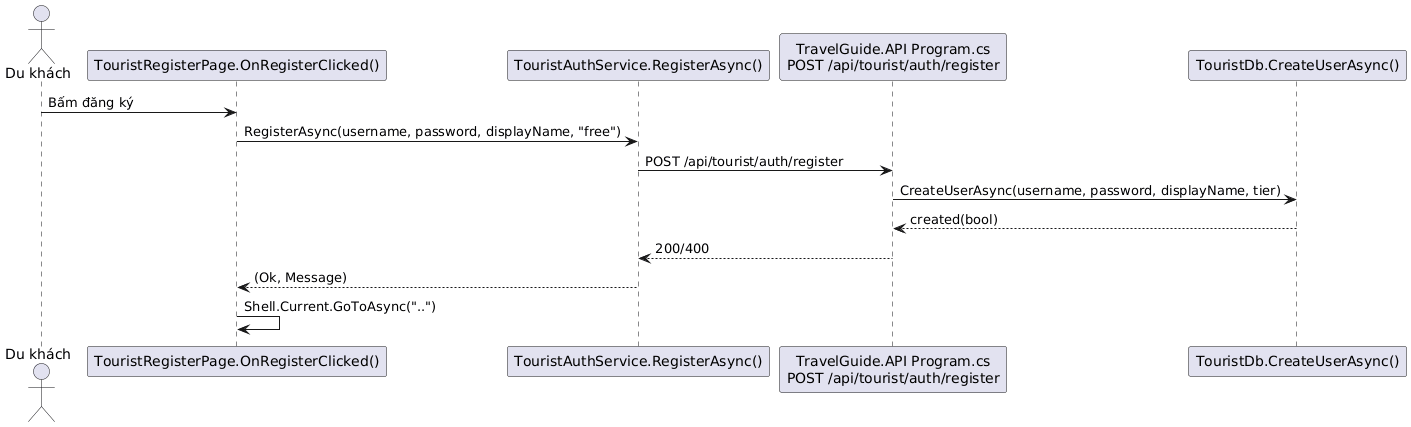
This is Diagrams/SE DuKhach DangKy.png from hoangtri22/TravelGuide, a PlantUML export, as it was before one commit. Source of this version:
```plantuml
@startuml
actor "Du khách" as USER
participant "TouristRegisterPage.OnRegisterClicked()" as RP
participant "TouristAuthService.RegisterAsync()" as AUTH
participant "TravelGuide.API Program.cs\nPOST /api/tourist/auth/register" as API
participant "TouristDb.CreateUserAsync()" as DB

USER -> RP: Bấm đăng ký
RP -> AUTH: RegisterAsync(username, password, displayName, "free")
AUTH -> API: POST /api/tourist/auth/register
API -> DB: CreateUserAsync(username, password, displayName, tier)
DB --> API: created(bool)
API --> AUTH: 200/400
AUTH --> RP: (Ok, Message)
RP -> RP: Shell.Current.GoToAsync("..")
@enduml
```
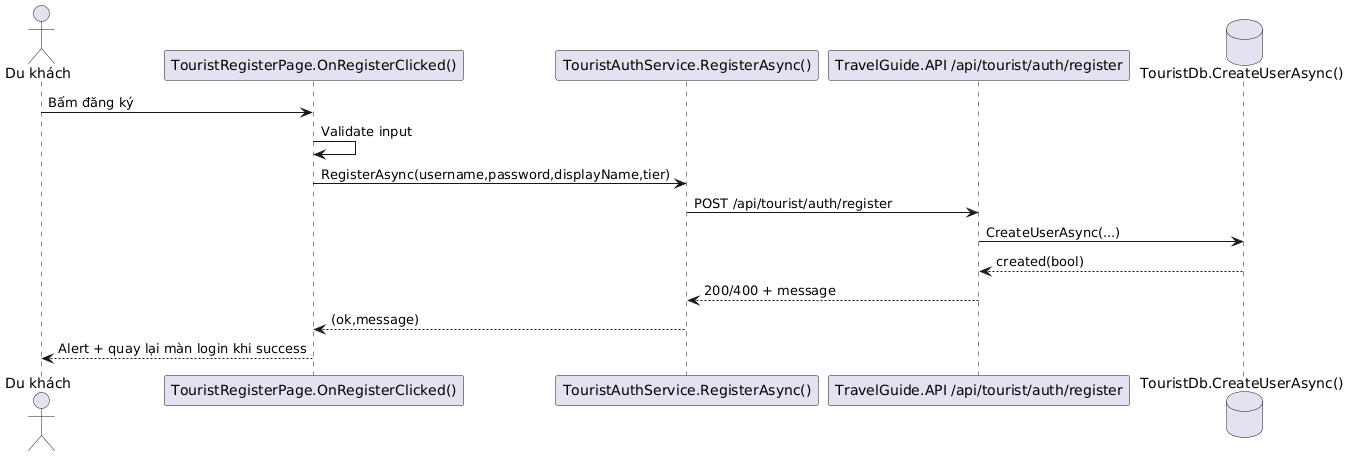
After the change.

What changed in the source:
```diff
@@ -1,16 +1,16 @@
 @startuml
-actor "Du khách" as USER
-participant "TouristRegisterPage.OnRegisterClicked()" as RP
-participant "TouristAuthService.RegisterAsync()" as AUTH
-participant "TravelGuide.API Program.cs\nPOST /api/tourist/auth/register" as API
-participant "TouristDb.CreateUserAsync()" as DB
-
-USER -> RP: Bấm đăng ký
-RP -> AUTH: RegisterAsync(username, password, displayName, "free")
-AUTH -> API: POST /api/tourist/auth/register
-API -> DB: CreateUserAsync(username, password, displayName, tier)
-DB --> API: created(bool)
-API --> AUTH: 200/400
-AUTH --> RP: (Ok, Message)
-RP -> RP: Shell.Current.GoToAsync("..")
+actor "Du khách" as U
+participant "TouristRegisterPage.OnRegisterClicked()" as UI
+participant "TouristAuthService.RegisterAsync()" as SVC
+participant "TravelGuide.API /api/tourist/auth/register" as API
+database "TouristDb.CreateUserAsync()" as DB
+U -> UI : Bấm đăng ký
+UI -> UI : Validate input
+UI -> SVC : RegisterAsync(username,password,displayName,tier)
+SVC -> API : POST /api/tourist/auth/register
+API -> DB : CreateUserAsync(...)
+DB --> API : created(bool)
+API --> SVC : 200/400 + message
+SVC --> UI : (ok,message)
+UI --> U : Alert + quay lại màn login khi success
 @enduml
```
